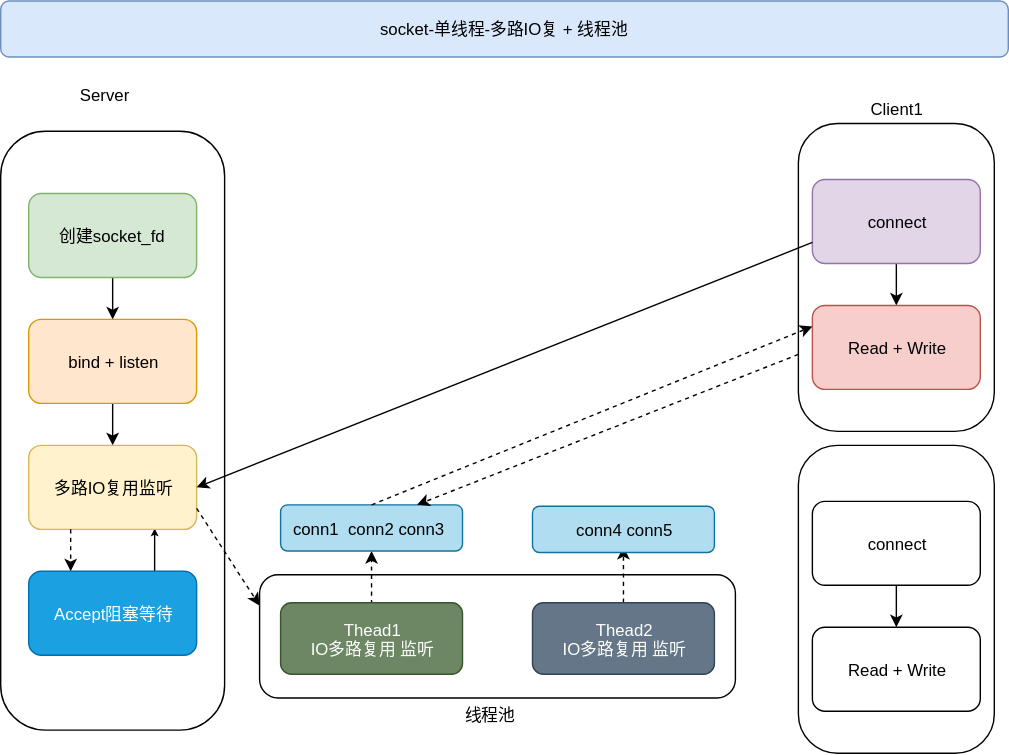
Before: 12-面试/12-通用理论/images/socket-单线程IO多路 + 多线程池.svg, a diagram exported from draw.io (cd-home/Root). Source tidied: cells renumbered, new cells last; positions are measured from the earlier drawing's top-left corner, leaving out a move shared by most shapes.
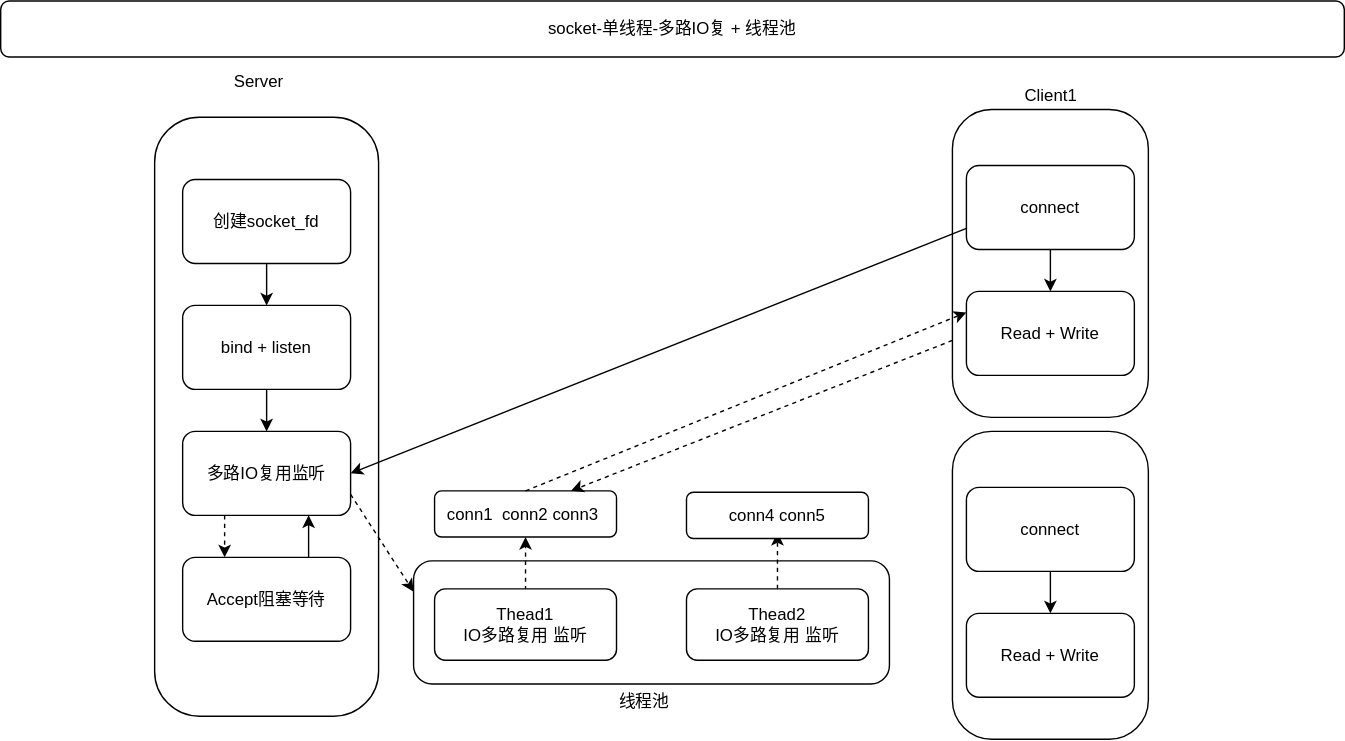
Later version of the same file.

Commit message:
😀🌴⭐🌎☀️🌈🌽: Socket Program

What changed in the source:
```diff
@@ -2,8 +2,8 @@
   <root>
     <mxCell id="0" />
     <mxCell id="1" parent="0" />
-    <mxCell id="2" value="socket-单线程-多路IO复 + 线程池" style="rounded=1;whiteSpace=wrap;html=1;fillColor=#dae8fc;strokeColor=#6c8ebf;" parent="1" vertex="1">
-      <mxGeometry width="720" height="40" as="geometry" />
+    <mxCell id="2" value="socket-单线程-多路IO复 + 线程池" style="rounded=1;whiteSpace=wrap;html=1;" parent="1" vertex="1">
+      <mxGeometry x="-110" y="10" width="960" height="40" as="geometry" />
     </mxCell>
     <mxCell id="3" style="rounded=1;whiteSpace=wrap;html=1;arcSize=20;" parent="1" vertex="1">
       <mxGeometry y="93" width="160" height="428" as="geometry" />
@@ -11,13 +11,13 @@
     <mxCell id="4" style="edgeStyle=orthogonalEdgeStyle;rounded=0;jettySize=auto;html=1;" parent="1" edge="1" source="5" target="7">
       <mxGeometry relative="1" as="geometry" />
     </mxCell>
-    <mxCell id="5" value="创建socket_fd" style="rounded=1;whiteSpace=wrap;html=1;fillColor=#d5e8d4;strokeColor=#82b366;" parent="1" vertex="1">
+    <mxCell id="5" value="创建socket_fd" style="rounded=1;whiteSpace=wrap;html=1;" parent="1" vertex="1">
       <mxGeometry x="20" y="137.5" width="120" height="60" as="geometry" />
     </mxCell>
     <mxCell id="6" style="edgeStyle=orthogonalEdgeStyle;rounded=0;jettySize=auto;html=1;" parent="1" edge="1" source="7" target="9">
       <mxGeometry relative="1" as="geometry" />
     </mxCell>
-    <mxCell id="7" value="bind + listen" style="rounded=1;whiteSpace=wrap;html=1;fillColor=#ffe6cc;strokeColor=#d79b00;" parent="1" vertex="1">
+    <mxCell id="7" value="bind + listen" style="rounded=1;whiteSpace=wrap;html=1;" parent="1" vertex="1">
       <mxGeometry x="20" y="227.5" width="120" height="60" as="geometry" />
     </mxCell>
     <mxCell id="8" style="edgeStyle=orthogonalEdgeStyle;rounded=0;jettySize=auto;html=1;startArrow=classic;startFill=1;endArrow=none;endFill=0;entryX=0.75;entryY=0;entryDx=0;entryDy=0;" parent="1" edge="1" source="9" target="10">
@@ -28,10 +28,10 @@
         </Array>
       </mxGeometry>
     </mxCell>
-    <mxCell id="9" value="多路IO复用监听" style="rounded=1;whiteSpace=wrap;html=1;fillColor=#fff2cc;strokeColor=#d6b656;" parent="1" vertex="1">
+    <mxCell id="9" value="多路IO复用监听" style="rounded=1;whiteSpace=wrap;html=1;" parent="1" vertex="1">
       <mxGeometry x="20" y="317.5" width="120" height="60" as="geometry" />
     </mxCell>
-    <mxCell id="10" value="Accept阻塞等待" style="rounded=1;whiteSpace=wrap;html=1;fillColor=#1ba1e2;strokeColor=#006EAF;fontColor=#ffffff;" parent="1" vertex="1">
+    <mxCell id="10" value="Accept阻塞等待" style="rounded=1;whiteSpace=wrap;html=1;" parent="1" vertex="1">
       <mxGeometry x="20" y="407.5" width="120" height="60" as="geometry" />
     </mxCell>
     <mxCell id="11" style="rounded=1;whiteSpace=wrap;html=1;arcSize=20;" parent="1" vertex="1">
@@ -40,10 +40,10 @@
     <mxCell id="12" style="edgeStyle=orthogonalEdgeStyle;rounded=0;jettySize=auto;html=1;" parent="1" edge="1" source="13" target="14">
       <mxGeometry relative="1" as="geometry" />
     </mxCell>
-    <mxCell id="13" value="connect" style="rounded=1;whiteSpace=wrap;html=1;fillColor=#e1d5e7;strokeColor=#9673a6;" parent="1" vertex="1">
+    <mxCell id="13" value="connect" style="rounded=1;whiteSpace=wrap;html=1;" parent="1" vertex="1">
       <mxGeometry x="580" y="127.5" width="120" height="60" as="geometry" />
     </mxCell>
-    <mxCell id="14" value="Read + Write" style="rounded=1;whiteSpace=wrap;html=1;fillColor=#f8cecc;strokeColor=#b85450;" parent="1" vertex="1">
+    <mxCell id="14" value="Read + Write" style="rounded=1;whiteSpace=wrap;html=1;" parent="1" vertex="1">
       <mxGeometry x="580" y="217.5" width="120" height="60" as="geometry" />
     </mxCell>
     <mxCell id="15" style="rounded=1;whiteSpace=wrap;html=1;arcSize=20;" parent="1" vertex="1">
@@ -78,10 +78,10 @@
         <mxPoint x="265" y="473" as="sourcePoint" />
       </mxGeometry>
     </mxCell>
-    <mxCell id="25" value="Thead1&lt;br&gt;IO多路复用 监听" style="rounded=1;whiteSpace=wrap;html=1;fillColor=#6d8764;strokeColor=#3A5431;fontColor=#ffffff;" parent="1" vertex="1">
+    <mxCell id="25" value="Thead1&lt;br&gt;IO多路复用 监听" style="rounded=1;whiteSpace=wrap;html=1;" parent="1" vertex="1">
       <mxGeometry x="200" y="430" width="130" height="51" as="geometry" />
     </mxCell>
-    <mxCell id="26" value="conn1&amp;nbsp; conn2 conn3&amp;nbsp;" style="rounded=1;whiteSpace=wrap;html=1;fillColor=#b1ddf0;strokeColor=#10739e;" parent="1" vertex="1">
+    <mxCell id="26" value="conn1&amp;nbsp; conn2 conn3&amp;nbsp;" style="rounded=1;whiteSpace=wrap;html=1;" parent="1" vertex="1">
       <mxGeometry x="200" y="360" width="130" height="33" as="geometry" />
     </mxCell>
     <mxCell id="27" value="线程池" style="text;html=1;align=left;verticalAlign=top;spacingTop=-4;" parent="1" vertex="1">
@@ -95,10 +95,10 @@
         <mxPoint x="445" y="390" as="targetPoint" />
       </mxGeometry>
     </mxCell>
-    <mxCell id="30" value="Thead2&lt;br&gt;IO多路复用 监听" style="rounded=1;whiteSpace=wrap;html=1;fillColor=#647687;strokeColor=#314354;fontColor=#ffffff;" parent="1" vertex="1">
+    <mxCell id="30" value="Thead2&lt;br&gt;IO多路复用 监听" style="rounded=1;whiteSpace=wrap;html=1;" parent="1" vertex="1">
       <mxGeometry x="380" y="430" width="130" height="51" as="geometry" />
     </mxCell>
-    <mxCell id="31" value="conn4 conn5" style="rounded=1;whiteSpace=wrap;html=1;fillColor=#b1ddf0;strokeColor=#10739e;" parent="1" vertex="1">
+    <mxCell id="31" value="conn4 conn5" style="rounded=1;whiteSpace=wrap;html=1;" parent="1" vertex="1">
       <mxGeometry x="380" y="361" width="130" height="33" as="geometry" />
     </mxCell>
     <mxCell id="32" style="endArrow=classic;html=1;dashed=1;exitX=0.5;exitY=0;exitDx=0;exitDy=0;entryX=0;entryY=0.25;entryDx=0;entryDy=0;" parent="1" edge="1" source="26" target="14">
```
